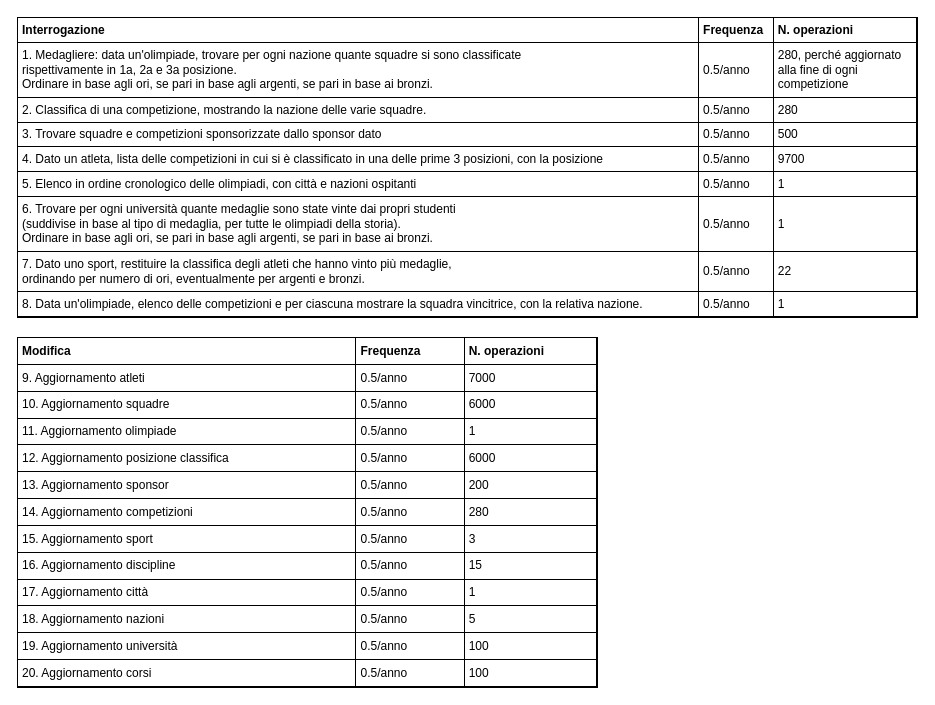
giovannivelludo/database-project keeps this draw.io diagram as page "Operazioni" (6 of 7) of Olimpiadi studentesche.drawio. Above is the earlier version. Source tidied: cells renumbered, new cells numbered last; positions are measured from the earlier drawing's top-left corner, leaving out a move shared by most shapes. Both pictures are drawn from the tidied source at 100%, with x=0, y=0 at pixel (17, 17).
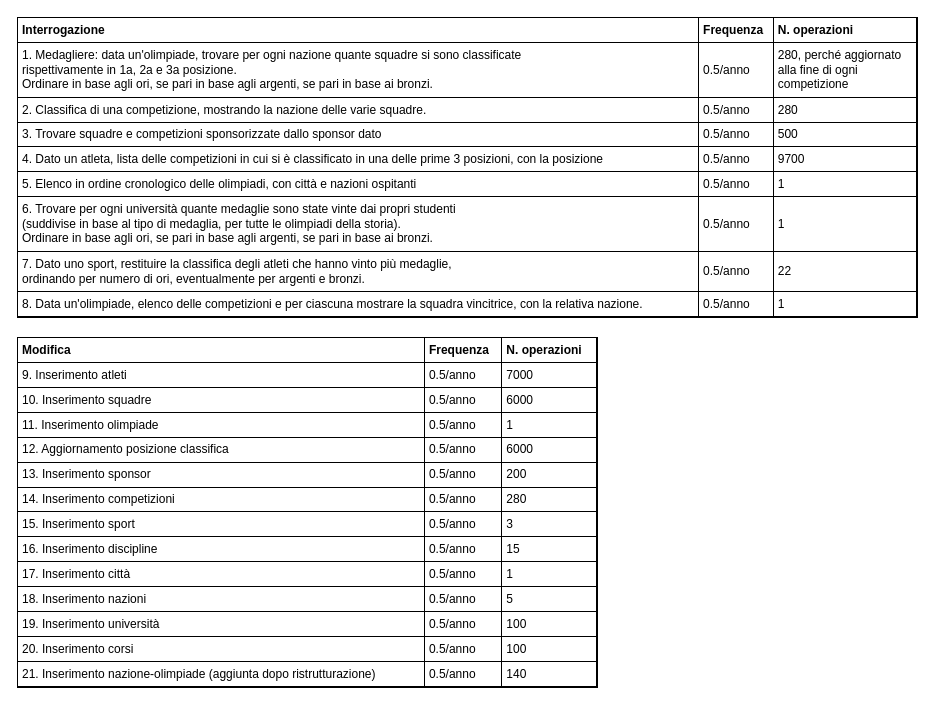
The same page after the edit.

Commit message:
aggiornata tabella modifiche

The edit, as a diff of the source:
```diff
@@
 <mxGraphModel>
   <root>
     <mxCell id="0" />
     <mxCell id="1" parent="0" />
     <mxCell id="2" value="&lt;table style=&quot;width: 100% ; height: 100% ; border-collapse: collapse ; border: 1px solid rgb(0 , 0 , 0)&quot; width=&quot;100%&quot; cellpadding=&quot;4&quot; border=&quot;1&quot; align=&quot;center&quot;&gt;&lt;tbody&gt;&lt;tr style=&quot;color: rgb(255 , 255 , 255)&quot;&gt;&lt;th align=&quot;left&quot;&gt;&lt;span&gt;&lt;font color=&quot;#000000&quot;&gt;Interrogazione&lt;br&gt;&lt;/font&gt;&lt;/span&gt;&lt;/th&gt;&lt;th align=&quot;left&quot;&gt;&lt;span&gt;&lt;font color=&quot;#000000&quot;&gt;Frequenza&lt;br&gt;&lt;/font&gt;&lt;/span&gt;&lt;/th&gt;&lt;td&gt;&lt;b&gt;&lt;font color=&quot;#000000&quot;&gt;N. operazioni&lt;/font&gt;&lt;/b&gt;&lt;br&gt;&lt;/td&gt;&lt;/tr&gt;&lt;tr&gt;&lt;td&gt;&lt;span&gt;1. Medagliere: data un'olimpiade, trovare per ogni nazione quante squadre si sono classificate&lt;br&gt;rispettivamente in 1a, 2a e 3a posizione.&lt;br&gt;Ordinare in base agli ori, se pari in base agli argenti, se pari in base ai bronzi.&lt;br&gt;&lt;/span&gt;&lt;/td&gt;&lt;td&gt;&lt;span&gt;0.5/anno&lt;br&gt;&lt;/span&gt;&lt;/td&gt;&lt;td&gt;280, perché aggiornato&lt;br&gt;alla fine di ogni&lt;br&gt;competizione&lt;br&gt;&lt;/td&gt;&lt;/tr&gt;&lt;tr&gt;&lt;td&gt;&lt;span&gt;2. Classifica di una competizione, mostrando la nazione delle varie squadre.&lt;br&gt;&lt;/span&gt;&lt;/td&gt;&lt;td&gt;&lt;span&gt;0.5/anno&lt;br&gt;&lt;/span&gt;&lt;/td&gt;&lt;td&gt;280&lt;br&gt;&lt;/td&gt;&lt;/tr&gt;&lt;tr&gt;&lt;td&gt;&lt;span&gt;3. Trovare squadre e competizioni sponsorizzate dallo sponsor dato&lt;br&gt;&lt;/span&gt;&lt;/td&gt;&lt;td&gt;&lt;span&gt;0.5/anno&lt;br&gt;&lt;/span&gt;&lt;/td&gt;&lt;td&gt;500&lt;br&gt;&lt;/td&gt;&lt;/tr&gt;&lt;tr&gt;&lt;td&gt;&lt;span&gt;4. Dato un atleta, lista delle competizioni in cui si è classificato in una delle prime 3 posizioni, con la posizione&lt;br&gt;&lt;/span&gt;&lt;/td&gt;&lt;td&gt;0.5/anno&lt;br&gt;&lt;/td&gt;&lt;td&gt;9700&lt;br&gt;&lt;/td&gt;&lt;/tr&gt;&lt;tr&gt;&lt;td&gt;5. Elenco in ordine cronologico delle olimpiadi, con città e nazioni ospitanti&lt;br&gt;&lt;/td&gt;&lt;td&gt;0.5/anno&lt;br&gt;&lt;/td&gt;&lt;td&gt;1&lt;br&gt;&lt;/td&gt;&lt;/tr&gt;&lt;tr&gt;&lt;td&gt;&lt;span&gt;6. Trovare per ogni università quante medaglie sono state vinte dai propri studenti&lt;br&gt;(suddivise in base al tipo di medaglia, per tutte le olimpiadi della storia).&lt;br&gt;Ordinare in base agli ori, se pari in base agli argenti, se pari in base ai bronzi.&lt;/span&gt;&lt;/td&gt;&lt;td&gt;0.5/anno&lt;br&gt;&lt;/td&gt;&lt;td&gt;1&lt;br&gt;&lt;/td&gt;&lt;/tr&gt;&lt;tr&gt;&lt;td&gt;7. Dato uno sport, restituire la classifica degli atleti che hanno vinto più medaglie,&lt;br&gt;ordinando per numero di ori, eventualmente per argenti e bronzi.&lt;br&gt;&lt;/td&gt;&lt;td&gt;0.5/anno&lt;br&gt;&lt;/td&gt;&lt;td&gt;22&lt;br&gt;&lt;/td&gt;&lt;/tr&gt;&lt;tr&gt;&lt;td&gt;8. Data un'olimpiade, elenco delle competizioni e per ciascuna mostrare la squadra vincitrice, con la relativa nazione.&lt;br&gt;&lt;/td&gt;&lt;td&gt;0.5/anno&lt;br&gt;&lt;/td&gt;&lt;td&gt;1&lt;br&gt;&lt;/td&gt;&lt;/tr&gt;&lt;/tbody&gt;&lt;/table&gt;" style="text;html=1;strokeColor=#000000;fillColor=#ffffff;overflow=fill;rounded=0;" parent="1" vertex="1">
       <mxGeometry width="900" height="300" as="geometry" />
     </mxCell>
-    <mxCell id="3" value="&lt;table style=&quot;width: 100% ; height: 100% ; border-collapse: collapse ; border: 1px solid rgb(0 , 0 , 0)&quot; width=&quot;100%&quot; cellpadding=&quot;4&quot; border=&quot;1&quot; align=&quot;left&quot;&gt;&lt;tbody&gt;&lt;tr style=&quot;color: rgb(255 , 255 , 255)&quot;&gt;&lt;th align=&quot;left&quot;&gt;&lt;span&gt;&lt;font color=&quot;#000000&quot;&gt;Modifica&lt;br&gt;&lt;/font&gt;&lt;/span&gt;&lt;/th&gt;&lt;th align=&quot;left&quot;&gt;&lt;span&gt;&lt;font color=&quot;#000000&quot;&gt;Frequenza&lt;br&gt;&lt;/font&gt;&lt;/span&gt;&lt;/th&gt;&lt;td&gt;&lt;b&gt;&lt;font color=&quot;#000000&quot;&gt;N. operazioni&lt;/font&gt;&lt;/b&gt;&lt;br&gt;&lt;/td&gt;&lt;/tr&gt;&lt;tr&gt;&lt;td&gt;&lt;span&gt;9. Aggiornamento atleti&lt;br&gt;&lt;/span&gt;&lt;/td&gt;&lt;td&gt;&lt;span&gt;0.5/anno&lt;br&gt;&lt;/span&gt;&lt;/td&gt;&lt;td&gt;7000&lt;br&gt;&lt;/td&gt;&lt;/tr&gt;&lt;tr&gt;&lt;td&gt;&lt;span&gt;10. Aggiornamento squadre&lt;br&gt;&lt;/span&gt;&lt;/td&gt;&lt;td&gt;&lt;span&gt;0.5/anno&lt;br&gt;&lt;/span&gt;&lt;/td&gt;&lt;td&gt;6000&lt;br&gt;&lt;/td&gt;&lt;/tr&gt;&lt;tr&gt;&lt;td&gt;&lt;span&gt;11. Aggiornamento olimpiade&lt;br&gt;&lt;/span&gt;&lt;/td&gt;&lt;td&gt;&lt;span&gt;0.5/anno&lt;br&gt;&lt;/span&gt;&lt;/td&gt;&lt;td&gt;1&lt;br&gt;&lt;/td&gt;&lt;/tr&gt;&lt;tr&gt;&lt;td&gt;&lt;span&gt;12. Aggiornamento posizione classifica&lt;br&gt;&lt;/span&gt;&lt;/td&gt;&lt;td&gt;0.5/anno&lt;br&gt;&lt;/td&gt;&lt;td&gt;6000&lt;br&gt;&lt;/td&gt;&lt;/tr&gt;&lt;tr&gt;&lt;td&gt;13. Aggiornamento sponsor&lt;br&gt;&lt;/td&gt;&lt;td&gt;0.5/anno&lt;br&gt;&lt;/td&gt;&lt;td&gt;200&lt;br&gt;&lt;/td&gt;&lt;/tr&gt;&lt;tr&gt;&lt;td&gt;&lt;span&gt;14. Aggiornamento competizioni&lt;br&gt;&lt;/span&gt;&lt;/td&gt;&lt;td&gt;0.5/anno&lt;br&gt;&lt;/td&gt;&lt;td&gt;280&lt;br&gt;&lt;/td&gt;&lt;/tr&gt;&lt;tr&gt;&lt;td&gt;15. Aggiornamento sport&lt;br&gt;&lt;/td&gt;&lt;td&gt;&lt;span&gt;0.5/anno&lt;/span&gt;&lt;/td&gt;&lt;td&gt;3&lt;br&gt;&lt;/td&gt;&lt;/tr&gt;&lt;tr&gt;&lt;td&gt;16. Aggiornamento discipline&lt;br&gt;&lt;/td&gt;&lt;td&gt;&lt;span&gt;0.5/anno&lt;/span&gt;&lt;/td&gt;&lt;td&gt;15&lt;br&gt;&lt;/td&gt;&lt;/tr&gt;&lt;tr&gt;&lt;td&gt;17. Aggiornamento città&lt;br&gt;&lt;/td&gt;&lt;td&gt;&lt;span&gt;0.5/anno&lt;/span&gt;&lt;/td&gt;&lt;td&gt;1&lt;br&gt;&lt;/td&gt;&lt;/tr&gt;&lt;tr&gt;&lt;td&gt;18. Aggiornamento nazioni&lt;br&gt;&lt;/td&gt;&lt;td&gt;&lt;span&gt;0.5/anno&lt;/span&gt;&lt;/td&gt;&lt;td&gt;5&lt;br&gt;&lt;/td&gt;&lt;/tr&gt;&lt;tr&gt;&lt;td&gt;19. Aggiornamento università&lt;br&gt;&lt;/td&gt;&lt;td&gt;&lt;span&gt;0.5/anno&lt;/span&gt;&lt;/td&gt;&lt;td&gt;100&lt;br&gt;&lt;/td&gt;&lt;/tr&gt;&lt;tr&gt;&lt;td&gt;20. Aggiornamento corsi&lt;br&gt;&lt;/td&gt;&lt;td&gt;&lt;span&gt;0.5/anno&lt;/span&gt;&lt;/td&gt;&lt;td&gt;100&lt;br&gt;&lt;/td&gt;&lt;/tr&gt;&lt;/tbody&gt;&lt;/table&gt;" style="text;html=1;strokeColor=#000000;fillColor=#ffffff;overflow=fill;rounded=0;" parent="1" vertex="1">
+    <mxCell id="3" value="&lt;table style=&quot;width: 100% ; height: 100% ; border-collapse: collapse ; border: 1px solid rgb(0 , 0 , 0)&quot; width=&quot;100%&quot; cellpadding=&quot;4&quot; border=&quot;1&quot; align=&quot;left&quot;&gt;&lt;tbody&gt;&lt;tr style=&quot;color: rgb(255 , 255 , 255)&quot;&gt;&lt;th align=&quot;left&quot;&gt;&lt;span&gt;&lt;font color=&quot;#000000&quot;&gt;Modifica&lt;br&gt;&lt;/font&gt;&lt;/span&gt;&lt;/th&gt;&lt;th align=&quot;left&quot;&gt;&lt;span&gt;&lt;font color=&quot;#000000&quot;&gt;Frequenza&lt;br&gt;&lt;/font&gt;&lt;/span&gt;&lt;/th&gt;&lt;td&gt;&lt;b&gt;&lt;font color=&quot;#000000&quot;&gt;N. operazioni&lt;/font&gt;&lt;/b&gt;&lt;br&gt;&lt;/td&gt;&lt;/tr&gt;&lt;tr&gt;&lt;td&gt;&lt;span&gt;9. Inserimento atleti&lt;br&gt;&lt;/span&gt;&lt;/td&gt;&lt;td&gt;&lt;span&gt;0.5/anno&lt;br&gt;&lt;/span&gt;&lt;/td&gt;&lt;td&gt;7000&lt;br&gt;&lt;/td&gt;&lt;/tr&gt;&lt;tr&gt;&lt;td&gt;&lt;span&gt;10. Inserimento squadre&lt;br&gt;&lt;/span&gt;&lt;/td&gt;&lt;td&gt;&lt;span&gt;0.5/anno&lt;br&gt;&lt;/span&gt;&lt;/td&gt;&lt;td&gt;6000&lt;br&gt;&lt;/td&gt;&lt;/tr&gt;&lt;tr&gt;&lt;td&gt;&lt;span&gt;11. Inserimento olimpiade&lt;br&gt;&lt;/span&gt;&lt;/td&gt;&lt;td&gt;&lt;span&gt;0.5/anno&lt;br&gt;&lt;/span&gt;&lt;/td&gt;&lt;td&gt;1&lt;br&gt;&lt;/td&gt;&lt;/tr&gt;&lt;tr&gt;&lt;td&gt;&lt;span&gt;12. Aggiornamento posizione classifica&lt;br&gt;&lt;/span&gt;&lt;/td&gt;&lt;td&gt;0.5/anno&lt;br&gt;&lt;/td&gt;&lt;td&gt;6000&lt;br&gt;&lt;/td&gt;&lt;/tr&gt;&lt;tr&gt;&lt;td&gt;13. Inserimento sponsor&lt;br&gt;&lt;/td&gt;&lt;td&gt;0.5/anno&lt;br&gt;&lt;/td&gt;&lt;td&gt;200&lt;br&gt;&lt;/td&gt;&lt;/tr&gt;&lt;tr&gt;&lt;td&gt;&lt;span&gt;14. Inserimento competizioni&lt;br&gt;&lt;/span&gt;&lt;/td&gt;&lt;td&gt;0.5/anno&lt;br&gt;&lt;/td&gt;&lt;td&gt;280&lt;br&gt;&lt;/td&gt;&lt;/tr&gt;&lt;tr&gt;&lt;td&gt;15. Inserimento sport&lt;br&gt;&lt;/td&gt;&lt;td&gt;&lt;span&gt;0.5/anno&lt;/span&gt;&lt;/td&gt;&lt;td&gt;3&lt;br&gt;&lt;/td&gt;&lt;/tr&gt;&lt;tr&gt;&lt;td&gt;16. Inserimento discipline&lt;br&gt;&lt;/td&gt;&lt;td&gt;&lt;span&gt;0.5/anno&lt;/span&gt;&lt;/td&gt;&lt;td&gt;15&lt;br&gt;&lt;/td&gt;&lt;/tr&gt;&lt;tr&gt;&lt;td&gt;17. Inserimento città&lt;br&gt;&lt;/td&gt;&lt;td&gt;&lt;span&gt;0.5/anno&lt;/span&gt;&lt;/td&gt;&lt;td&gt;1&lt;br&gt;&lt;/td&gt;&lt;/tr&gt;&lt;tr&gt;&lt;td&gt;18. Inserimento nazioni&lt;br&gt;&lt;/td&gt;&lt;td&gt;&lt;span&gt;0.5/anno&lt;/span&gt;&lt;/td&gt;&lt;td&gt;5&lt;br&gt;&lt;/td&gt;&lt;/tr&gt;&lt;tr&gt;&lt;td&gt;19. Inserimento università&lt;br&gt;&lt;/td&gt;&lt;td&gt;&lt;span&gt;0.5/anno&lt;/span&gt;&lt;/td&gt;&lt;td&gt;100&lt;br&gt;&lt;/td&gt;&lt;/tr&gt;&lt;tr&gt;&lt;td&gt;20. Inserimento corsi&lt;br&gt;&lt;/td&gt;&lt;td&gt;&lt;span&gt;0.5/anno&lt;/span&gt;&lt;/td&gt;&lt;td&gt;100&lt;br&gt;&lt;/td&gt;&lt;/tr&gt;&lt;tr&gt;&lt;td&gt;21. Inserimento nazione-olimpiade (aggiunta dopo ristrutturazione)&lt;/td&gt;&lt;td&gt;0.5/anno&lt;/td&gt;&lt;td&gt;140&lt;/td&gt;&lt;/tr&gt;&lt;/tbody&gt;&lt;/table&gt;" style="text;html=1;strokeColor=#000000;fillColor=#ffffff;overflow=fill;rounded=0;" parent="1" vertex="1">
       <mxGeometry y="320" width="580" height="350" as="geometry" />
     </mxCell>
   </root>
 </mxGraphModel>
```
